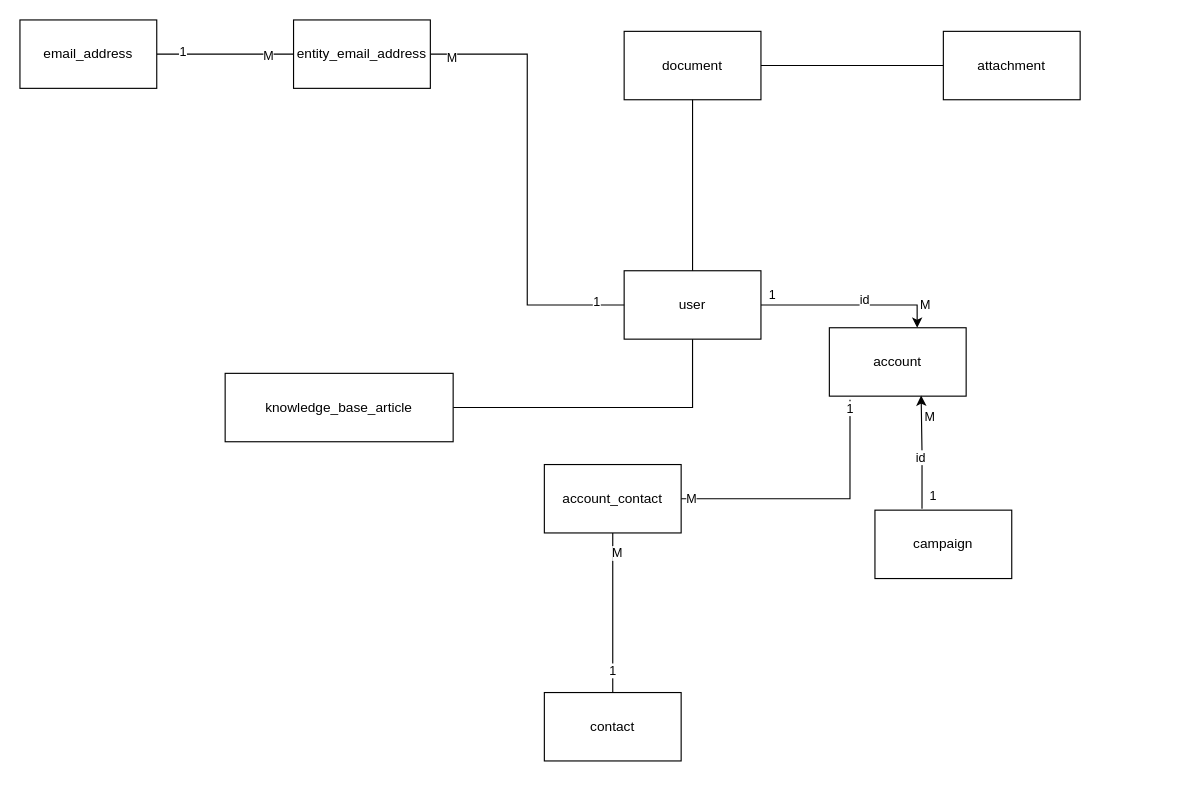
Earlier version of the draw.io diagram Untitled Diagram.drawio (egorb17/ESPO-DB). Source tidied: cells renumbered, new cells numbered last; positions are measured from the earlier drawing's top-left corner, leaving out a move shared by most shapes. Both pictures are drawn from the tidied source at 114%, with x=0, y=0 at pixel (19, 19).
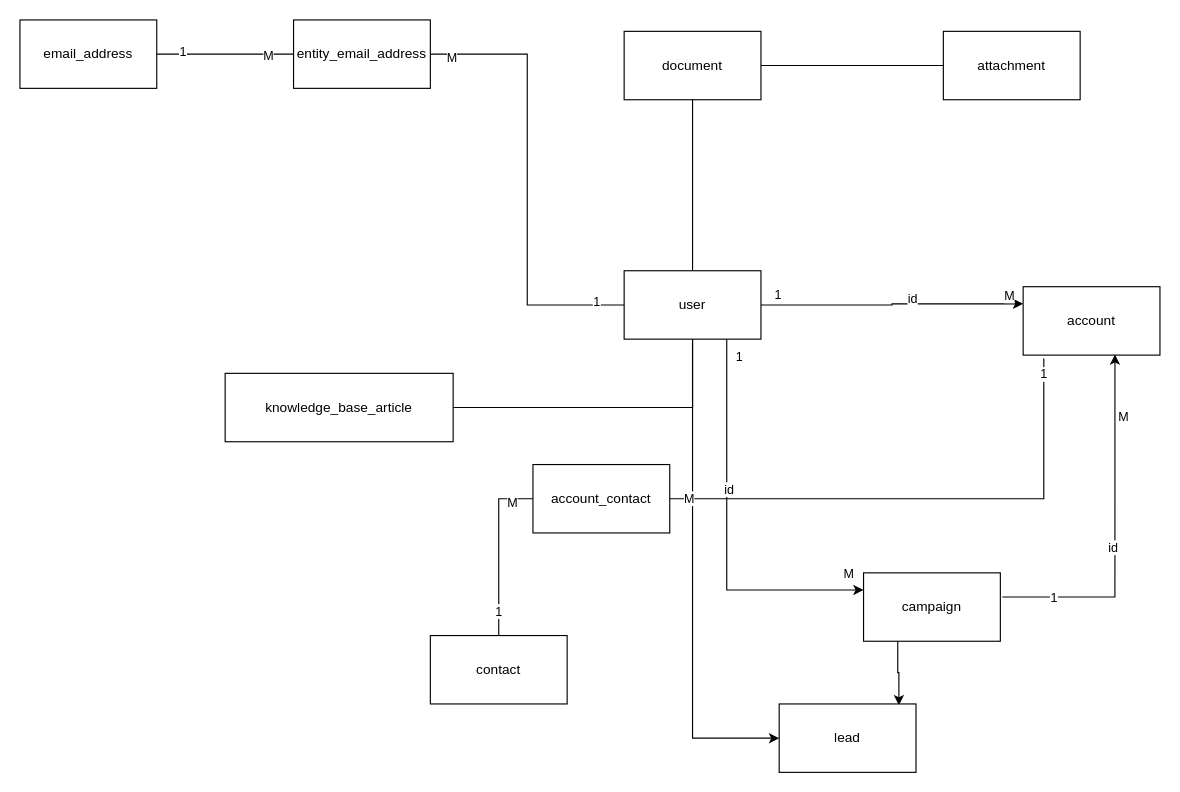
After the change.

The change refers to these unchanged cells:
```xml
<mxCell id="6" value="user" style="rounded=0;whiteSpace=wrap;html=1;" parent="1" vertex="1">
  <mxGeometry x="530" y="220" width="120" height="60" as="geometry" />
</mxCell>
```

The edit, as a diff of the source:
```diff
@@
-    <mxCell id="2" style="edgeStyle=orthogonalEdgeStyle;rounded=0;jettySize=auto;html=1;exitX=1;exitY=0.5;exitDx=0;exitDy=0;entryX=0.642;entryY=0;entryDx=0;entryDy=0;entryPerimeter=0;" parent="1" edge="1" source="6" target="7">
+    <mxCell id="2" style="edgeStyle=orthogonalEdgeStyle;rounded=0;jettySize=auto;html=1;exitX=1;exitY=0.5;exitDx=0;exitDy=0;entryX=0;entryY=0.25;entryDx=0;entryDy=0;" parent="1" edge="1" source="6" target="7">
       <mxGeometry relative="1" as="geometry" />
     </mxCell>
@@
+    <mxCell id="35" style="edgeStyle=orthogonalEdgeStyle;rounded=0;jettySize=auto;html=1;exitX=0.75;exitY=1;exitDx=0;exitDy=0;entryX=0;entryY=0.25;entryDx=0;entryDy=0;" parent="1" edge="1" source="6" target="10">
+      <mxGeometry relative="1" as="geometry" />
+    </mxCell>
+    <mxCell id="36" value="1" style="edgeLabel;html=1;align=center;verticalAlign=middle;" parent="35" vertex="1">
+      <mxGeometry x="-0.91" y="-1" relative="1" as="geometry">
+        <mxPoint x="11" as="offset" />
+      </mxGeometry>
+    </mxCell>
+    <mxCell id="37" value="M" style="edgeLabel;html=1;align=center;verticalAlign=middle;" parent="35" vertex="1">
+      <mxGeometry x="0.84" relative="1" as="geometry">
+        <mxPoint x="13" y="-15" as="offset" />
+      </mxGeometry>
+    </mxCell>
+    <mxCell id="38" value="id" style="edgeLabel;html=1;align=center;verticalAlign=middle;" parent="35" vertex="1">
+      <mxGeometry x="-0.23" y="1" relative="1" as="geometry" />
+    </mxCell>
+    <mxCell id="39" style="edgeStyle=orthogonalEdgeStyle;rounded=0;jettySize=auto;html=1;exitX=0.5;exitY=1;exitDx=0;exitDy=0;entryX=0;entryY=0.5;entryDx=0;entryDy=0;" parent="1" edge="1" source="6" target="41">
+      <mxGeometry relative="1" as="geometry" />
+    </mxCell>
@@
     <mxCell id="7" value="account" style="rounded=0;whiteSpace=wrap;html=1;" parent="1" vertex="1">
-      <mxGeometry x="710" y="270" width="120" height="60" as="geometry" />
+      <mxGeometry x="880" y="234" width="120" height="60" as="geometry" />
     </mxCell>
@@
+    <mxCell id="40" style="edgeStyle=orthogonalEdgeStyle;rounded=0;jettySize=auto;html=1;exitX=0.25;exitY=1;exitDx=0;exitDy=0;entryX=0.875;entryY=0.019;entryDx=0;entryDy=0;entryPerimeter=0;" parent="1" edge="1" source="10" target="41">
+      <mxGeometry relative="1" as="geometry" />
+    </mxCell>
     <mxCell id="10" value="campaign" style="rounded=0;whiteSpace=wrap;html=1;" parent="1" vertex="1">
-      <mxGeometry x="750" y="430" width="120" height="60" as="geometry" />
+      <mxGeometry x="740" y="485" width="120" height="60" as="geometry" />
     </mxCell>
-    <mxCell id="11" style="edgeStyle=orthogonalEdgeStyle;rounded=0;jettySize=auto;html=1;exitX=0.344;exitY=-0.022;exitDx=0;exitDy=0;entryX=0.671;entryY=0.992;entryDx=0;entryDy=0;exitPerimeter=0;entryPerimeter=0;" parent="1" edge="1" source="10" target="7">
+    <mxCell id="11" style="edgeStyle=orthogonalEdgeStyle;rounded=0;jettySize=auto;html=1;exitX=1.015;exitY=0.353;exitDx=0;exitDy=0;entryX=0.671;entryY=0.992;entryDx=0;entryDy=0;exitPerimeter=0;entryPerimeter=0;" parent="1" edge="1" source="10" target="7">
       <mxGeometry relative="1" as="geometry" />
     </mxCell>
@@
     <mxCell id="28" value="account_contact" style="rounded=0;whiteSpace=wrap;html=1;" parent="1" vertex="1">
-      <mxGeometry x="460" y="390" width="120" height="60" as="geometry" />
+      <mxGeometry x="450" y="390" width="120" height="60" as="geometry" />
     </mxCell>
-    <mxCell id="29" style="edgeStyle=orthogonalEdgeStyle;rounded=0;jettySize=auto;html=1;entryX=0.5;entryY=1;entryDx=0;entryDy=0;endArrow=none;endFill=0;" parent="1" edge="1" source="32" target="28">
+    <mxCell id="29" style="edgeStyle=orthogonalEdgeStyle;rounded=0;jettySize=auto;html=1;entryX=0;entryY=0.5;entryDx=0;entryDy=0;endArrow=none;endFill=0;" parent="1" edge="1" source="32" target="28">
       <mxGeometry relative="1" as="geometry" />
     </mxCell>
@@
     <mxCell id="32" value="contact" style="rounded=0;whiteSpace=wrap;html=1;" parent="1" vertex="1">
-      <mxGeometry x="460" y="590" width="120" height="60" as="geometry" />
+      <mxGeometry x="360" y="540" width="120" height="60" as="geometry" />
     </mxCell>
+    <mxCell id="41" value="lead" style="rounded=0;whiteSpace=wrap;html=1;" parent="1" vertex="1">
+      <mxGeometry x="666" y="600" width="120" height="60" as="geometry" />
+    </mxCell>
```
